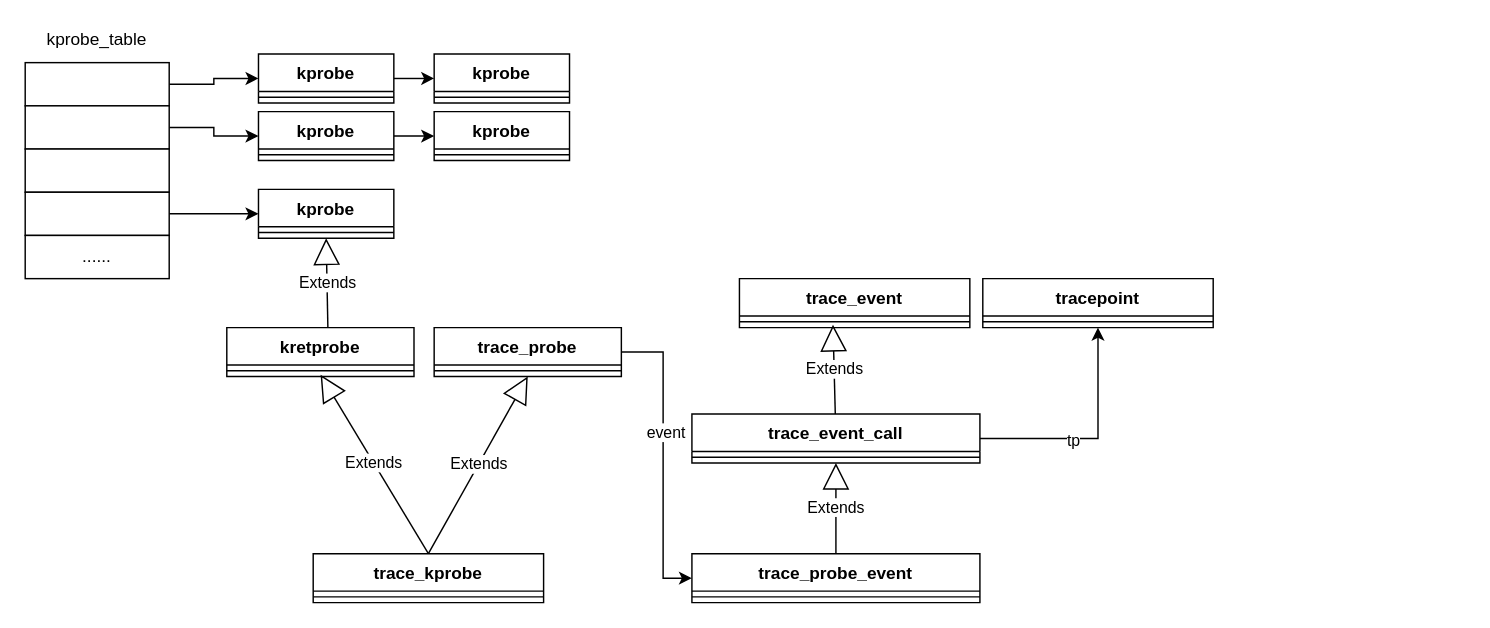
This is trace.drawio from jasonactions/graph, a draw.io file, before an edit. Source tidied: cells renumbered, new cells numbered last; positions are measured from the earlier drawing's top-left corner, leaving out a move shared by most shapes. Both pictures are drawn from the tidied source at 144%, with x=0, y=0 at pixel (24, 24).
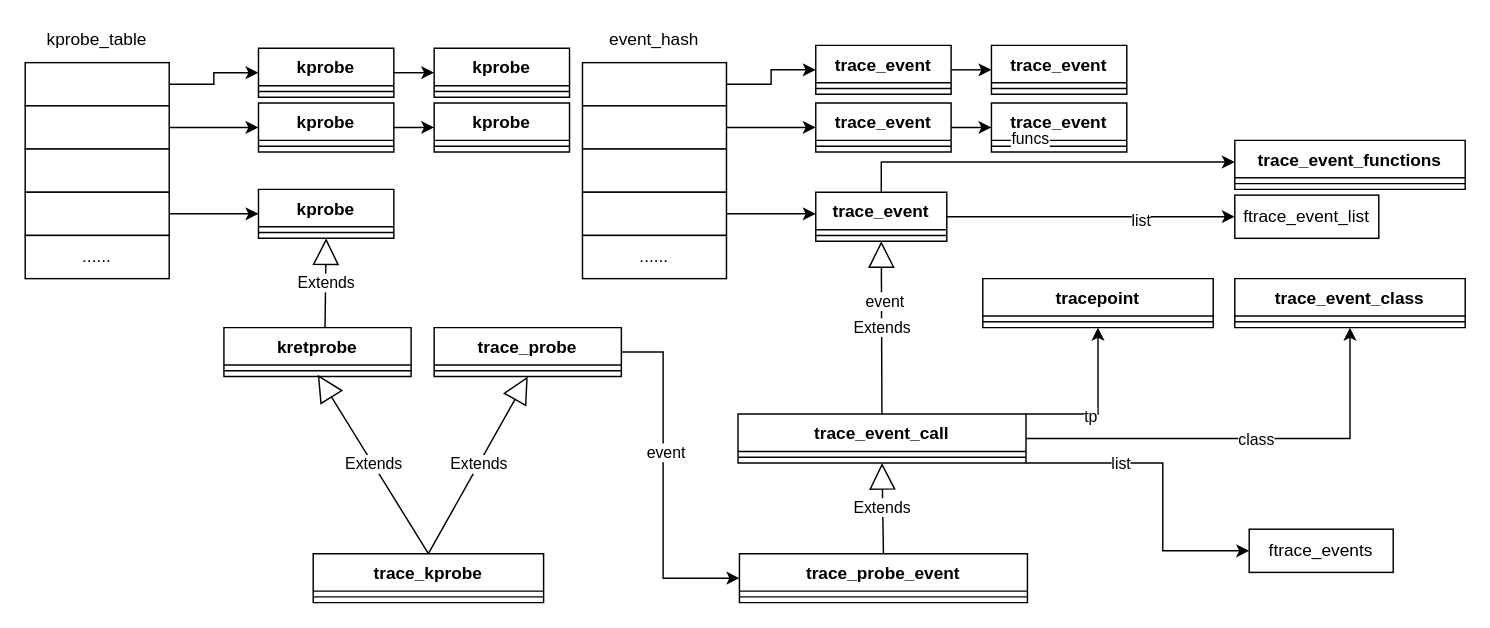
After the change.

Unchanged cells that the change refers to:
```xml
<mxCell id="22" value="tracepoint" style="swimlane;fontStyle=1;align=center;verticalAlign=top;horizontal=1;startSize=26;" parent="1" vertex="1">
  <mxGeometry x="665" y="176" width="160" height="34" as="geometry" />
</mxCell>
```

What changed in the source:
```diff
@@
     <mxCell id="2" value="trace_probe_event" style="swimlane;fontStyle=1;align=center;verticalAlign=top;horizontal=1;startSize=26;" parent="1" vertex="1">
-      <mxGeometry x="463" y="367" width="200" height="34" as="geometry" />
+      <mxGeometry x="496" y="367" width="200" height="34" as="geometry" />
     </mxCell>
@@
-    <mxCell id="8" style="edgeStyle=orthogonalEdgeStyle;rounded=0;jettySize=auto;html=1;entryX=0.5;entryY=1;entryDx=0;entryDy=0;" parent="1" edge="1" source="10" target="22">
-      <mxGeometry relative="1" as="geometry" />
+    <mxCell id="8" style="edgeStyle=orthogonalEdgeStyle;rounded=0;jettySize=auto;html=1;entryX=0.5;entryY=1;entryDx=0;entryDy=0;exitX=1;exitY=0;exitDx=0;exitDy=0;" parent="1" edge="1" source="10" target="22">
+      <mxGeometry relative="1" as="geometry">
+        <Array as="points">
+          <mxPoint x="745" y="270" />
+        </Array>
+      </mxGeometry>
     </mxCell>
@@
     <mxCell id="10" value="trace_event_call" style="swimlane;fontStyle=1;align=center;verticalAlign=top;horizontal=1;startSize=26;" parent="1" vertex="1">
-      <mxGeometry x="463" y="270" width="200" height="34" as="geometry" />
+      <mxGeometry x="495" y="270" width="200" height="34" as="geometry" />
     </mxCell>
@@
     <mxCell id="13" value="kretprobe" style="swimlane;fontStyle=1;align=center;verticalAlign=top;horizontal=1;startSize=26;" parent="1" vertex="1">
-      <mxGeometry x="140" y="210" width="130" height="34" as="geometry" />
+      <mxGeometry x="138" y="210" width="130" height="34" as="geometry" />
     </mxCell>
@@
+    <mxCell id="46" style="edgeStyle=orthogonalEdgeStyle;rounded=0;jettySize=auto;html=1;exitX=1;exitY=0.5;exitDx=0;exitDy=0;" parent="1" edge="1" source="19" target="70">
+      <mxGeometry relative="1" as="geometry" />
+    </mxCell>
+    <mxCell id="47" value="list" style="edgeLabel;html=1;align=center;verticalAlign=middle;" parent="46" vertex="1">
+      <mxGeometry x="0.34" y="-2" relative="1" as="geometry" />
+    </mxCell>
     <mxCell id="19" value="trace_event" style="swimlane;fontStyle=1;align=center;verticalAlign=top;horizontal=1;startSize=26;" parent="1" vertex="1">
-      <mxGeometry x="496" y="176" width="160" height="34" as="geometry" />
+      <mxGeometry x="549" y="116" width="91" height="34" as="geometry" />
     </mxCell>
     <mxCell id="20" style="line;strokeWidth=1;fillColor=none;align=left;verticalAlign=middle;spacingTop=-1;spacingLeft=3;spacingRight=3;labelPosition=right;points=[];portConstraint=eastwest;" parent="19" vertex="1">
-      <mxGeometry y="26" width="160" height="8" as="geometry" />
+      <mxGeometry y="26" width="91" height="8" as="geometry" />
     </mxCell>
-    <mxCell id="21" value="Extends" style="endArrow=block;endSize=16;endFill=0;html=1;entryX=0.406;entryY=0.759;entryDx=0;entryDy=0;entryPerimeter=0;" parent="1" edge="1" source="10" target="20">
+    <mxCell id="21" value="Extends" style="endArrow=block;endSize=16;endFill=0;html=1;entryX=0.5;entryY=1;entryDx=0;entryDy=0;" parent="1" edge="1" source="10" target="19">
       <mxGeometry relative="1" as="geometry" />
     </mxCell>
+    <mxCell id="48" value="event" style="edgeLabel;html=1;align=center;verticalAlign=middle;" parent="21" vertex="1">
+      <mxGeometry x="0.3" y="-2" relative="1" as="geometry" />
+    </mxCell>
@@
     <mxCell id="37" value="kprobe" style="swimlane;fontStyle=1;align=center;verticalAlign=top;horizontal=1;startSize=26;" parent="1" vertex="1">
-      <mxGeometry x="162" y="60" width="94" height="34" as="geometry" />
+      <mxGeometry x="162" y="54" width="94" height="34" as="geometry" />
     </mxCell>
@@
     <mxCell id="39" value="kprobe" style="swimlane;fontStyle=1;align=center;verticalAlign=top;horizontal=1;startSize=26;" parent="1" vertex="1">
-      <mxGeometry x="284" y="60" width="94" height="34" as="geometry" />
+      <mxGeometry x="284" y="54" width="94" height="34" as="geometry" />
     </mxCell>
@@
     <mxCell id="42" value="kprobe" style="swimlane;fontStyle=1;align=center;verticalAlign=top;horizontal=1;startSize=26;" parent="1" vertex="1">
-      <mxGeometry x="162" y="20" width="94" height="34" as="geometry" />
+      <mxGeometry x="162" y="16" width="94" height="34" as="geometry" />
     </mxCell>
@@
     <mxCell id="44" value="kprobe" style="swimlane;fontStyle=1;align=center;verticalAlign=top;horizontal=1;startSize=26;" parent="1" vertex="1">
-      <mxGeometry x="284" y="20" width="94" height="34" as="geometry" />
+      <mxGeometry x="284" y="16" width="94" height="34" as="geometry" />
     </mxCell>
@@
+    <mxCell id="49" style="edgeStyle=orthogonalEdgeStyle;rounded=0;jettySize=auto;html=1;entryX=0;entryY=0.5;entryDx=0;entryDy=0;" parent="1" edge="1" source="50" target="63">
+      <mxGeometry relative="1" as="geometry" />
+    </mxCell>
+    <mxCell id="50" style="rounded=0;whiteSpace=wrap;html=1;" parent="1" vertex="1">
+      <mxGeometry x="387" y="26" width="100" height="30" as="geometry" />
+    </mxCell>
+    <mxCell id="51" style="edgeStyle=orthogonalEdgeStyle;rounded=0;jettySize=auto;html=1;" parent="1" edge="1" source="52" target="58">
+      <mxGeometry relative="1" as="geometry" />
+    </mxCell>
+    <mxCell id="52" style="rounded=0;whiteSpace=wrap;html=1;" parent="1" vertex="1">
+      <mxGeometry x="387" y="56" width="100" height="30" as="geometry" />
+    </mxCell>
+    <mxCell id="53" style="rounded=0;whiteSpace=wrap;html=1;" parent="1" vertex="1">
+      <mxGeometry x="387" y="86" width="100" height="30" as="geometry" />
+    </mxCell>
+    <mxCell id="54" style="edgeStyle=orthogonalEdgeStyle;rounded=0;jettySize=auto;html=1;entryX=0;entryY=0.5;entryDx=0;entryDy=0;" parent="1" edge="1" source="55">
+      <mxGeometry relative="1" as="geometry">
+        <mxPoint x="549" y="131" as="targetPoint" />
+      </mxGeometry>
+    </mxCell>
+    <mxCell id="55" style="rounded=0;whiteSpace=wrap;html=1;" parent="1" vertex="1">
+      <mxGeometry x="387" y="116" width="100" height="30" as="geometry" />
+    </mxCell>
+    <mxCell id="56" value="......" style="rounded=0;whiteSpace=wrap;html=1;" parent="1" vertex="1">
+      <mxGeometry x="387" y="146" width="100" height="30" as="geometry" />
+    </mxCell>
+    <mxCell id="57" style="edgeStyle=orthogonalEdgeStyle;rounded=0;jettySize=auto;html=1;" parent="1" edge="1" source="58" target="60">
+      <mxGeometry relative="1" as="geometry" />
+    </mxCell>
+    <mxCell id="58" value="trace_event" style="swimlane;fontStyle=1;align=center;verticalAlign=top;horizontal=1;startSize=26;" parent="1" vertex="1">
+      <mxGeometry x="549" y="54" width="94" height="34" as="geometry" />
+    </mxCell>
+    <mxCell id="59" style="line;strokeWidth=1;fillColor=none;align=left;verticalAlign=middle;spacingTop=-1;spacingLeft=3;spacingRight=3;labelPosition=right;" parent="58" vertex="1">
+      <mxGeometry y="26" width="94" height="8" as="geometry" />
+    </mxCell>
+    <mxCell id="60" value="trace_event" style="swimlane;fontStyle=1;align=center;verticalAlign=top;horizontal=1;startSize=26;" parent="1" vertex="1">
+      <mxGeometry x="671" y="54" width="94" height="34" as="geometry" />
+    </mxCell>
+    <mxCell id="61" style="line;strokeWidth=1;fillColor=none;align=left;verticalAlign=middle;spacingTop=-1;spacingLeft=3;spacingRight=3;labelPosition=right;" parent="60" vertex="1">
+      <mxGeometry y="26" width="94" height="8" as="geometry" />
+    </mxCell>
+    <mxCell id="62" style="edgeStyle=orthogonalEdgeStyle;rounded=0;jettySize=auto;html=1;exitX=1;exitY=0.5;exitDx=0;exitDy=0;entryX=0;entryY=0.5;entryDx=0;entryDy=0;" parent="1" edge="1" source="63" target="67">
+      <mxGeometry relative="1" as="geometry" />
+    </mxCell>
+    <mxCell id="63" value="trace_event" style="swimlane;fontStyle=1;align=center;verticalAlign=top;horizontal=1;startSize=26;" parent="1" vertex="1">
+      <mxGeometry x="549" y="14" width="94" height="34" as="geometry" />
+    </mxCell>
+    <mxCell id="64" style="line;strokeWidth=1;fillColor=none;align=left;verticalAlign=middle;spacingTop=-1;spacingLeft=3;spacingRight=3;labelPosition=right;" parent="63" vertex="1">
+      <mxGeometry y="26" width="94" height="8" as="geometry" />
+    </mxCell>
+    <mxCell id="65" style="edgeStyle=orthogonalEdgeStyle;rounded=0;jettySize=auto;html=1;entryX=0;entryY=0.5;entryDx=0;entryDy=0;exitX=0.5;exitY=0;exitDx=0;exitDy=0;" parent="1" edge="1" source="19">
+      <mxGeometry relative="1" as="geometry">
+        <mxPoint x="840" y="95" as="targetPoint" />
+        <Array as="points">
+          <mxPoint x="595" y="95" />
+        </Array>
+      </mxGeometry>
+    </mxCell>
+    <mxCell id="66" value="funcs" style="edgeLabel;html=1;align=center;verticalAlign=middle;" parent="65" vertex="1">
+      <mxGeometry x="-0.16" relative="1" as="geometry">
+        <mxPoint x="12" y="-17" as="offset" />
+      </mxGeometry>
+    </mxCell>
+    <mxCell id="67" value="trace_event" style="swimlane;fontStyle=1;align=center;verticalAlign=top;horizontal=1;startSize=26;" parent="1" vertex="1">
+      <mxGeometry x="671" y="14" width="94" height="34" as="geometry" />
+    </mxCell>
+    <mxCell id="68" style="line;strokeWidth=1;fillColor=none;align=left;verticalAlign=middle;spacingTop=-1;spacingLeft=3;spacingRight=3;labelPosition=right;" parent="67" vertex="1">
+      <mxGeometry y="26" width="94" height="8" as="geometry" />
+    </mxCell>
+    <mxCell id="69" value="event_hash" style="text;html=1;strokeColor=none;fillColor=none;align=center;verticalAlign=middle;whiteSpace=wrap;rounded=0;" parent="1" vertex="1">
+      <mxGeometry x="397" width="80" height="20" as="geometry" />
+    </mxCell>
+    <mxCell id="70" value="ftrace_event_list" style="rounded=0;whiteSpace=wrap;html=1;" parent="1" vertex="1">
+      <mxGeometry x="840" y="118" width="100" height="30" as="geometry" />
+    </mxCell>
+    <mxCell id="71" value="trace_event_class" style="swimlane;fontStyle=1;align=center;verticalAlign=top;horizontal=1;startSize=26;" parent="1" vertex="1">
+      <mxGeometry x="840" y="176" width="160" height="34" as="geometry" />
+    </mxCell>
+    <mxCell id="72" style="line;strokeWidth=1;fillColor=none;align=left;verticalAlign=middle;spacingTop=-1;spacingLeft=3;spacingRight=3;labelPosition=right;" parent="71" vertex="1">
+      <mxGeometry y="26" width="160" height="8" as="geometry" />
+    </mxCell>
+    <mxCell id="73" style="edgeStyle=orthogonalEdgeStyle;rounded=0;jettySize=auto;html=1;entryX=0.5;entryY=1;entryDx=0;entryDy=0;exitX=1;exitY=0.5;exitDx=0;exitDy=0;" parent="1" edge="1" source="10" target="71">
+      <mxGeometry relative="1" as="geometry" />
+    </mxCell>
+    <mxCell id="74" value="class" style="edgeLabel;html=1;align=center;verticalAlign=middle;" parent="73" vertex="1">
+      <mxGeometry x="0.05" relative="1" as="geometry" />
+    </mxCell>
+    <mxCell id="75" value="trace_event_functions" style="swimlane;fontStyle=1;align=center;verticalAlign=top;horizontal=1;startSize=26;" parent="1" vertex="1">
+      <mxGeometry x="840" y="80" width="160" height="34" as="geometry" />
+    </mxCell>
+    <mxCell id="76" style="line;strokeWidth=1;fillColor=none;align=left;verticalAlign=middle;spacingTop=-1;spacingLeft=3;spacingRight=3;labelPosition=right;" parent="75" vertex="1">
+      <mxGeometry y="26" width="160" height="8" as="geometry" />
+    </mxCell>
+    <mxCell id="77" value="ftrace_events" style="rounded=0;whiteSpace=wrap;html=1;" parent="1" vertex="1">
+      <mxGeometry x="850" y="350" width="100" height="30" as="geometry" />
+    </mxCell>
+    <mxCell id="78" style="edgeStyle=orthogonalEdgeStyle;rounded=0;jettySize=auto;html=1;exitX=1;exitY=1;exitDx=0;exitDy=0;entryX=0;entryY=0.5;entryDx=0;entryDy=0;" parent="1" edge="1" source="10" target="77">
+      <mxGeometry relative="1" as="geometry">
+        <Array as="points">
+          <mxPoint x="790" y="304" />
+          <mxPoint x="790" y="365" />
+        </Array>
+      </mxGeometry>
+    </mxCell>
+    <mxCell id="79" value="list" style="edgeLabel;html=1;align=center;verticalAlign=middle;" parent="78" vertex="1">
+      <mxGeometry x="0.34" y="-2" relative="1" as="geometry">
+        <mxPoint x="-28" y="-50" as="offset" />
+      </mxGeometry>
+    </mxCell>
```
